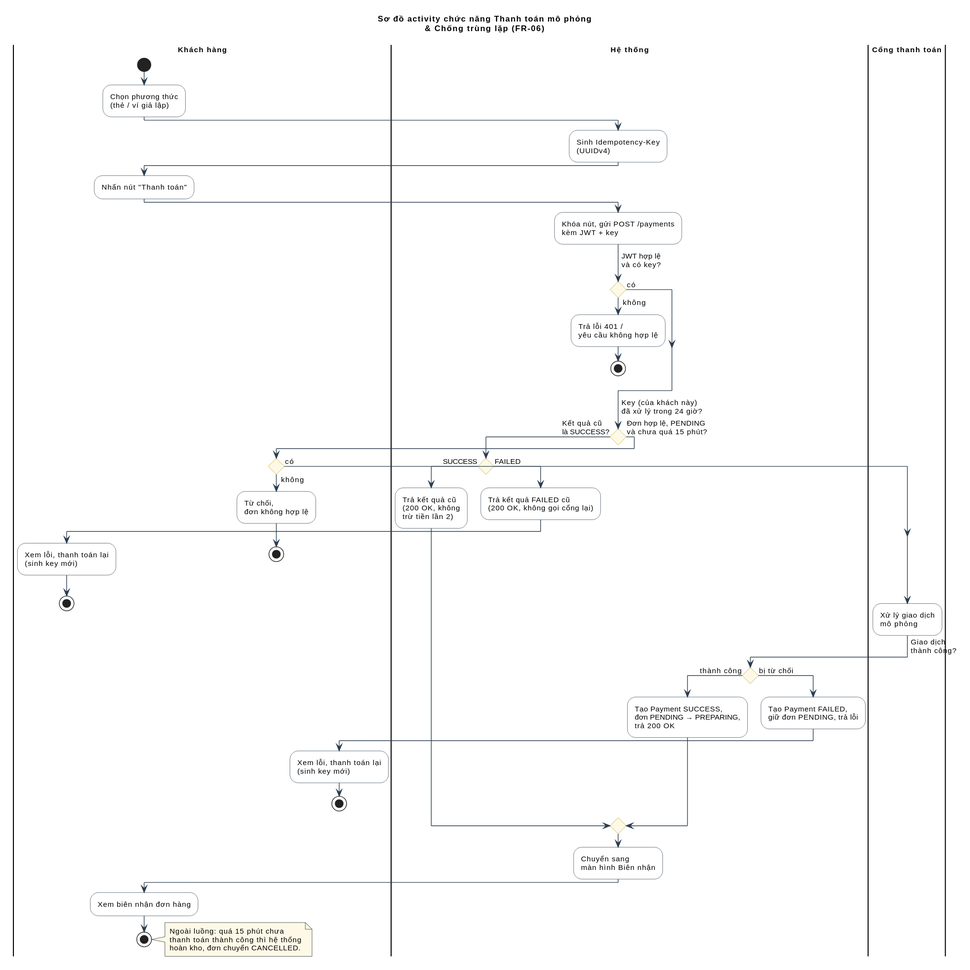
The PlantUML diagram docs/diagrams/payment/activity-payment.svg in Phuc280106/BrewLite2, before a commit. The source it was exported from:
```plantuml
@startuml
title Sơ đồ activity chức năng Thanh toán mô phỏng\n& Chống trùng lặp (FR-06)

skinparam defaultFontSize 11
skinparam titleFontSize 12
skinparam Padding 1
skinparam ConditionStyle diamond
skinparam ConditionEndStyle diamond
skinparam ActivityPadding 4
skinparam ActivityBackgroundColor #FFFFFF
skinparam ActivityBorderColor #2C3E50
skinparam ArrowColor #2C3E50
skinparam ActivityDiamondBackgroundColor #FEF9E7
skinparam ActivityDiamondBorderColor #B7950B
skinparam swimlaneTitleFontStyle bold
skinparam NoteBackgroundColor #FEF9E7

|Khách hàng|
start
:Chọn phương thức\n(thẻ / ví giả lập);

|Hệ thống|
:Sinh Idempotency-Key\n(UUIDv4);

|Khách hàng|
:Nhấn nút "Thanh toán";

|Hệ thống|
:Khóa nút, gửi POST /payments\nkèm JWT + key;

-> JWT hợp lệ\nvà có key?;
if () then (không)
  :Trả lỗi 401 /\nyêu cầu không hợp lệ;
  stop
else (có)
endif

-> Key (của khách này)\nđã xử lý trong 24 giờ?;
if () then (có)
  -> Kết quả cũ\nlà SUCCESS?;
  if () then (SUCCESS)
    :Trả kết quả cũ\n(200 OK, không\ntrừ tiền lần 2);
  else (FAILED)
    :Trả kết quả FAILED cũ\n(200 OK, không gọi cổng lại);

    |Khách hàng|
    :Xem lỗi, thanh toán lại\n(sinh key mới);
    stop
  endif
else (chưa)
  -> Đơn hợp lệ, PENDING\nvà chưa quá 15 phút?;
  if () then (không)
    :Từ chối,\nđơn không hợp lệ;
    stop
  else (có)
  endif

  |Cổng thanh toán|
  :Xử lý giao dịch\nmô phỏng;

  |Hệ thống|
  -> Giao dịch\nthành công?;
  if () then (thành công)
    :Tạo Payment SUCCESS,\nđơn PENDING → PREPARING,\ntrả 200 OK;
  else (bị từ chối)
    :Tạo Payment FAILED,\ngiữ đơn PENDING, trả lỗi;

    |Khách hàng|
    :Xem lỗi, thanh toán lại\n(sinh key mới);
    stop
  endif
endif

|Hệ thống|
:Chuyển sang\nmàn hình Biên nhận;

|Khách hàng|
:Xem biên nhận đơn hàng;
stop

note right
  Ngoài luồng: quá 15 phút chưa
  thanh toán thành công thì hệ thống
  hoàn kho, đơn chuyển CANCELLED.
end note
@enduml
```
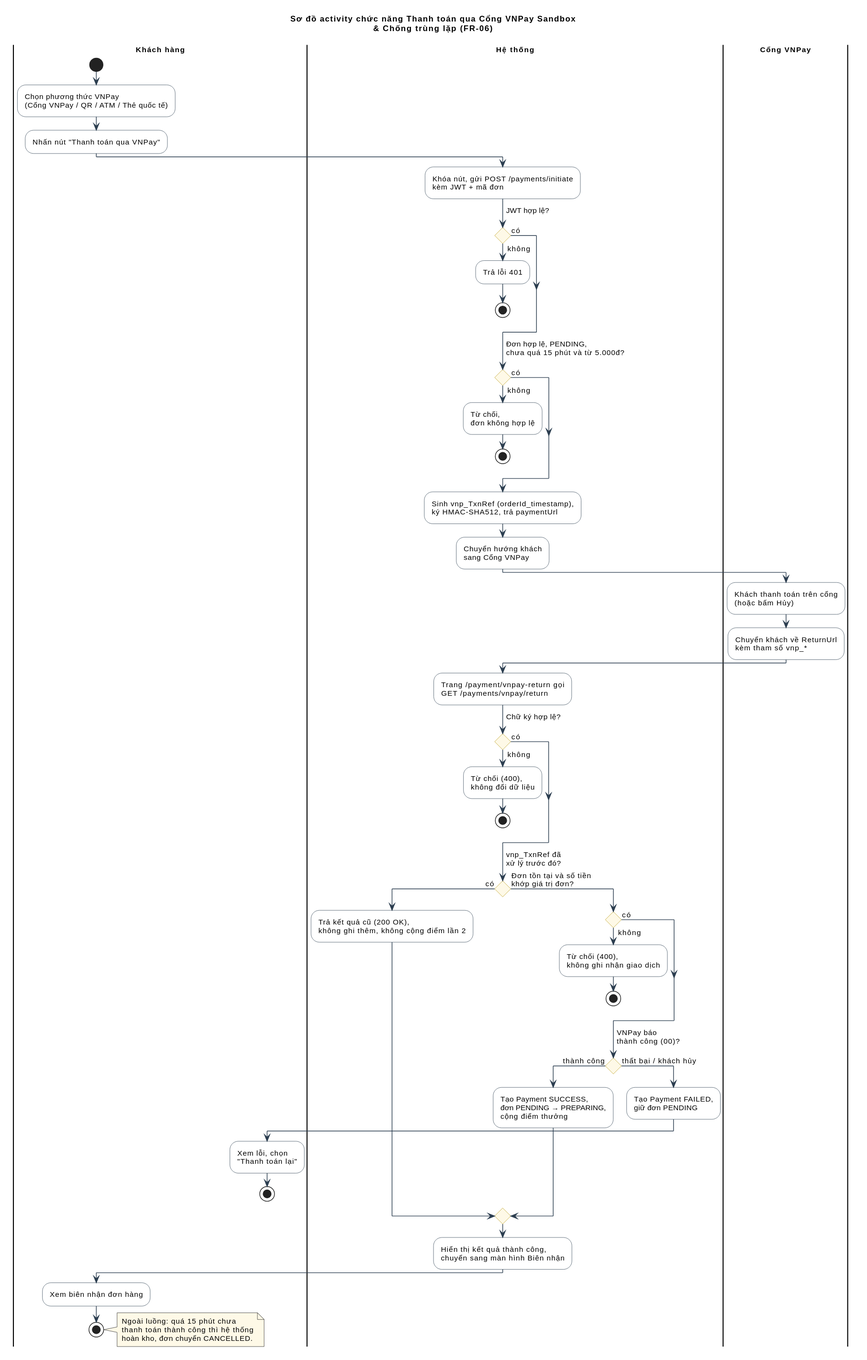
The same diagram one commit later.

Commit message:
docs(diagrams): chỉnh sửa sơ đồ activity, sequence, usecase cho payment

Change to the diagram source:
```diff
@@ -1,5 +1,5 @@
 @startuml
-title Sơ đồ activity chức năng Thanh toán mô phỏng\n& Chống trùng lặp (FR-06)
+title Sơ đồ activity chức năng Thanh toán qua Cổng VNPay Sandbox\n& Chống trùng lặp (FR-06)
 
 skinparam defaultFontSize 11
 skinparam titleFontSize 12
@@ -17,62 +17,68 @@
 
 |Khách hàng|
 start
-:Chọn phương thức\n(thẻ / ví giả lập);
+:Chọn phương thức VNPay\n(Cổng VNPay / QR / ATM / Thẻ quốc tế);
+:Nhấn nút "Thanh toán qua VNPay";
 
 |Hệ thống|
-:Sinh Idempotency-Key\n(UUIDv4);
+:Khóa nút, gửi POST /payments/initiate\nkèm JWT + mã đơn;
 
-|Khách hàng|
-:Nhấn nút "Thanh toán";
-
-|Hệ thống|
-:Khóa nút, gửi POST /payments\nkèm JWT + key;
-
--> JWT hợp lệ\nvà có key?;
+-> JWT hợp lệ?;
 if () then (không)
-  :Trả lỗi 401 /\nyêu cầu không hợp lệ;
+  :Trả lỗi 401;
   stop
 else (có)
 endif
 
--> Key (của khách này)\nđã xử lý trong 24 giờ?;
+-> Đơn hợp lệ, PENDING,\nchưa quá 15 phút và từ 5.000đ?;
+if () then (không)
+  :Từ chối,\nđơn không hợp lệ;
+  stop
+else (có)
+endif
+
+:Sinh vnp_TxnRef (orderId_timestamp),\nký HMAC-SHA512, trả paymentUrl;
+:Chuyển hướng khách\nsang Cổng VNPay;
+
+|Cổng VNPay|
+:Khách thanh toán trên cổng\n(hoặc bấm Hủy);
+:Chuyển khách về ReturnUrl\nkèm tham số vnp_*;
+
+|Hệ thống|
+:Trang /payment/vnpay-return gọi\nGET /payments/vnpay/return;
+
+-> Chữ ký hợp lệ?;
+if () then (không)
+  :Từ chối (400),\nkhông đổi dữ liệu;
+  stop
+else (có)
+endif
+
+-> vnp_TxnRef đã\nxử lý trước đó?;
 if () then (có)
-  -> Kết quả cũ\nlà SUCCESS?;
-  if () then (SUCCESS)
-    :Trả kết quả cũ\n(200 OK, không\ntrừ tiền lần 2);
-  else (FAILED)
-    :Trả kết quả FAILED cũ\n(200 OK, không gọi cổng lại);
-
-    |Khách hàng|
-    :Xem lỗi, thanh toán lại\n(sinh key mới);
-    stop
-  endif
+  :Trả kết quả cũ (200 OK),\nkhông ghi thêm, không cộng điểm lần 2;
 else (chưa)
-  -> Đơn hợp lệ, PENDING\nvà chưa quá 15 phút?;
+  -> Đơn tồn tại và số tiền\nkhớp giá trị đơn?;
   if () then (không)
-    :Từ chối,\nđơn không hợp lệ;
+    :Từ chối (400),\nkhông ghi nhận giao dịch;
     stop
   else (có)
   endif
 
-  |Cổng thanh toán|
-  :Xử lý giao dịch\nmô phỏng;
-
-  |Hệ thống|
-  -> Giao dịch\nthành công?;
+  -> VNPay báo\nthành công (00)?;
   if () then (thành công)
-    :Tạo Payment SUCCESS,\nđơn PENDING → PREPARING,\ntrả 200 OK;
-  else (bị từ chối)
-    :Tạo Payment FAILED,\ngiữ đơn PENDING, trả lỗi;
+    :Tạo Payment SUCCESS,\nđơn PENDING → PREPARING,\ncộng điểm thưởng;
+  else (thất bại / khách hủy)
+    :Tạo Payment FAILED,\ngiữ đơn PENDING;
 
     |Khách hàng|
-    :Xem lỗi, thanh toán lại\n(sinh key mới);
+    :Xem lỗi, chọn\n"Thanh toán lại";
     stop
   endif
 endif
 
 |Hệ thống|
-:Chuyển sang\nmàn hình Biên nhận;
+:Hiển thị kết quả thành công,\nchuyển sang màn hình Biên nhận;
 
 |Khách hàng|
 :Xem biên nhận đơn hàng;
```
